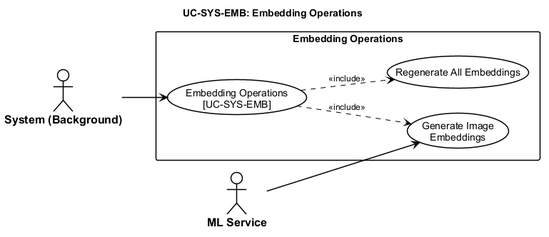
This is thesis/figures/chapters/part2/ch2-design/02-use-cases/diagrams/P2S2.2.2_usecase-embedding-operations.png from qingfa-dev/ReSys.Shop, a PlantUML export, as it was before one commit.
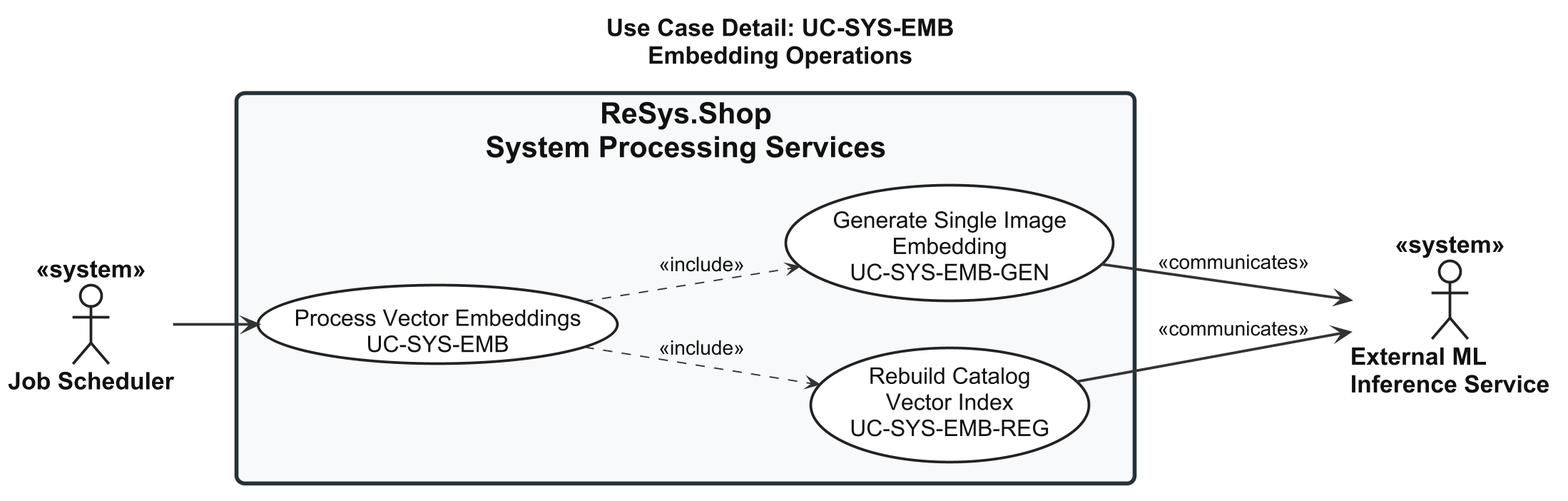
The same diagram one commit later.

Diff of the diagram source:
```diff
@@ -1,53 +1,91 @@
 @startuml usecase-embedding-operations
+
 left to right direction
 
+skinparam shadowing false
+skinparam dpi 180
+
 <style>
-  root {
-    FontName "Arial"
-    FontSize 14
-    Shadowing 0
-  }
-  actor {
-    BackGroundColor #FFFFFF
-    LineColor #000000
-    LineThickness 1.5
-    FontColor #000000
-    FontStyle bold
-    FontSize 16
-  }
-  usecase {
-    BackGroundColor #FFFFFF
-    LineColor #000000
-    LineThickness 1.5
-    FontColor #000000
-  }
-  rectangle {
-    BackGroundColor #FFFFFF
-    LineColor #000000
-    LineThickness 1.5
-    FontStyle bold
-  }
-  arrow {
-    LineColor #000000
-    LineThickness 1.5
-    FontSize 12
-  }
-</style>
-title UC-SYS-EMB: Embedding Operations
 
-actor "System (Background)" as Sys
-actor "ML Service" as ML
-
-rectangle "Embedding Operations" {
-  usecase "Embedding Operations\n[UC-SYS-EMB]" as UC_MAIN
-  usecase "Generate Image\nEmbeddings" as UC_GEN
-  usecase "Regenerate All Embeddings" as UC_REG
-
-  UC_MAIN ..> UC_GEN : <<include>>
-  UC_MAIN ..> UC_REG : <<include>>
+root {
+  FontName "Arial"
+  FontSize 18
+  FontColor #111111
 }
 
-Sys --> UC_MAIN
-ML --> UC_GEN
+actor {
+  FontName "Arial"
+  FontSize 18
+  FontStyle bold
+  FontColor #111111
+  BackgroundColor #FFFFFF
+  LineColor #222222
+  LineThickness 2
+}
+
+usecase {
+  FontName "Arial"
+  FontSize 17
+  FontColor #111111
+  FontStyle plain
+  BackgroundColor #FFFFFF
+  LineColor #222222
+  LineThickness 2
+  Padding 18
+}
+
+rectangle {
+  FontName "Arial"
+  FontSize 22
+  FontStyle bold
+  FontColor #111111
+  BackgroundColor #F7F9FA
+  LineColor #263238
+  LineThickness 3
+  RoundCorner 12
+  Padding 25
+}
+
+arrow {
+  FontName "Arial"
+  FontSize 15
+  FontColor #111111
+  LineColor #333333
+  LineThickness 2
+}
+
+</style>
+
+title Use Case Detail: UC-SYS-EMB\nEmbedding Operations
+
+
+actor "Job Scheduler" as Scheduler <<system>>
+
+actor "External ML\nInference Service" as MLService <<system>>
+
+
+
+rectangle "ReSys.Shop\nSystem Processing Services" {
+
+  usecase "Process Vector Embeddings\nUC-SYS-EMB" as UC_MAIN
+
+  usecase "Generate Single Image\nEmbedding\nUC-SYS-EMB-GEN" as UC_GEN
+
+  usecase "Rebuild Catalog\nVector Index\nUC-SYS-EMB-REG" as UC_REG
+
+}
+
+
+
+Scheduler --> UC_MAIN
+
+UC_GEN --> MLService : <<communicates>>
+
+UC_REG --> MLService : <<communicates>>
+
+
+
+UC_MAIN ..> UC_GEN : <<include>>
+UC_MAIN ..> UC_REG : <<include>>
 
 @enduml
```
